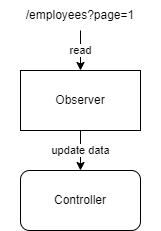
Above: .gitbook/assets/observer_url_flow.drawio.png in Bernardo-MG/development-docs-architecture (draw.io), before the change. Source tidied: cells renumbered, new cells last; positions are measured from the earlier drawing's top-left corner, leaving out a move shared by most shapes. Its diagram source:
```xml
<mxGraphModel>
  <root>
    <mxCell id="0" />
    <mxCell id="1" parent="0" />
    <mxCell id="2" value="Observer" style="rounded=0;whiteSpace=wrap;html=1;" parent="1" vertex="1">
      <mxGeometry x="20" y="70" width="120" height="60" as="geometry" />
    </mxCell>
    <mxCell id="3" value="/employees?page=1" style="text;html=1;strokeColor=none;fillColor=none;align=center;verticalAlign=middle;whiteSpace=wrap;rounded=0;" parent="1" vertex="1">
      <mxGeometry width="160" height="30" as="geometry" />
    </mxCell>
    <mxCell id="4" value="Controller" style="rounded=1;whiteSpace=wrap;html=1;" parent="1" vertex="1">
      <mxGeometry x="20" y="170" width="120" height="60" as="geometry" />
    </mxCell>
    <mxCell id="5" value="read" style="endArrow=classic;html=1;rounded=0;edgeStyle=orthogonalEdgeStyle;" parent="1" edge="1" source="3" target="2">
      <mxGeometry relative="1" as="geometry">
        <Array as="points">
          <mxPoint x="80" />
          <mxPoint x="80" />
        </Array>
      </mxGeometry>
    </mxCell>
    <mxCell id="6" value="update data" style="endArrow=classic;html=1;rounded=0;edgeStyle=orthogonalEdgeStyle;" parent="1" edge="1" source="2" target="4">
      <mxGeometry relative="1" as="geometry">
        <Array as="points">
          <mxPoint x="80" y="220" />
        </Array>
      </mxGeometry>
    </mxCell>
  </root>
</mxGraphModel>
```
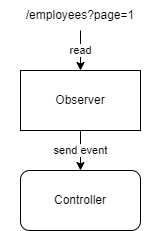
After the change.

What changed in the source:
```diff
@@ -19,7 +19,7 @@
         </Array>
       </mxGeometry>
     </mxCell>
-    <mxCell id="6" value="update data" style="endArrow=classic;html=1;rounded=0;edgeStyle=orthogonalEdgeStyle;" parent="1" edge="1" source="2" target="4">
+    <mxCell id="6" value="send event" style="endArrow=classic;html=1;rounded=0;edgeStyle=orthogonalEdgeStyle;" parent="1" edge="1" source="2" target="4">
       <mxGeometry relative="1" as="geometry">
         <Array as="points">
           <mxPoint x="80" y="220" />
```
